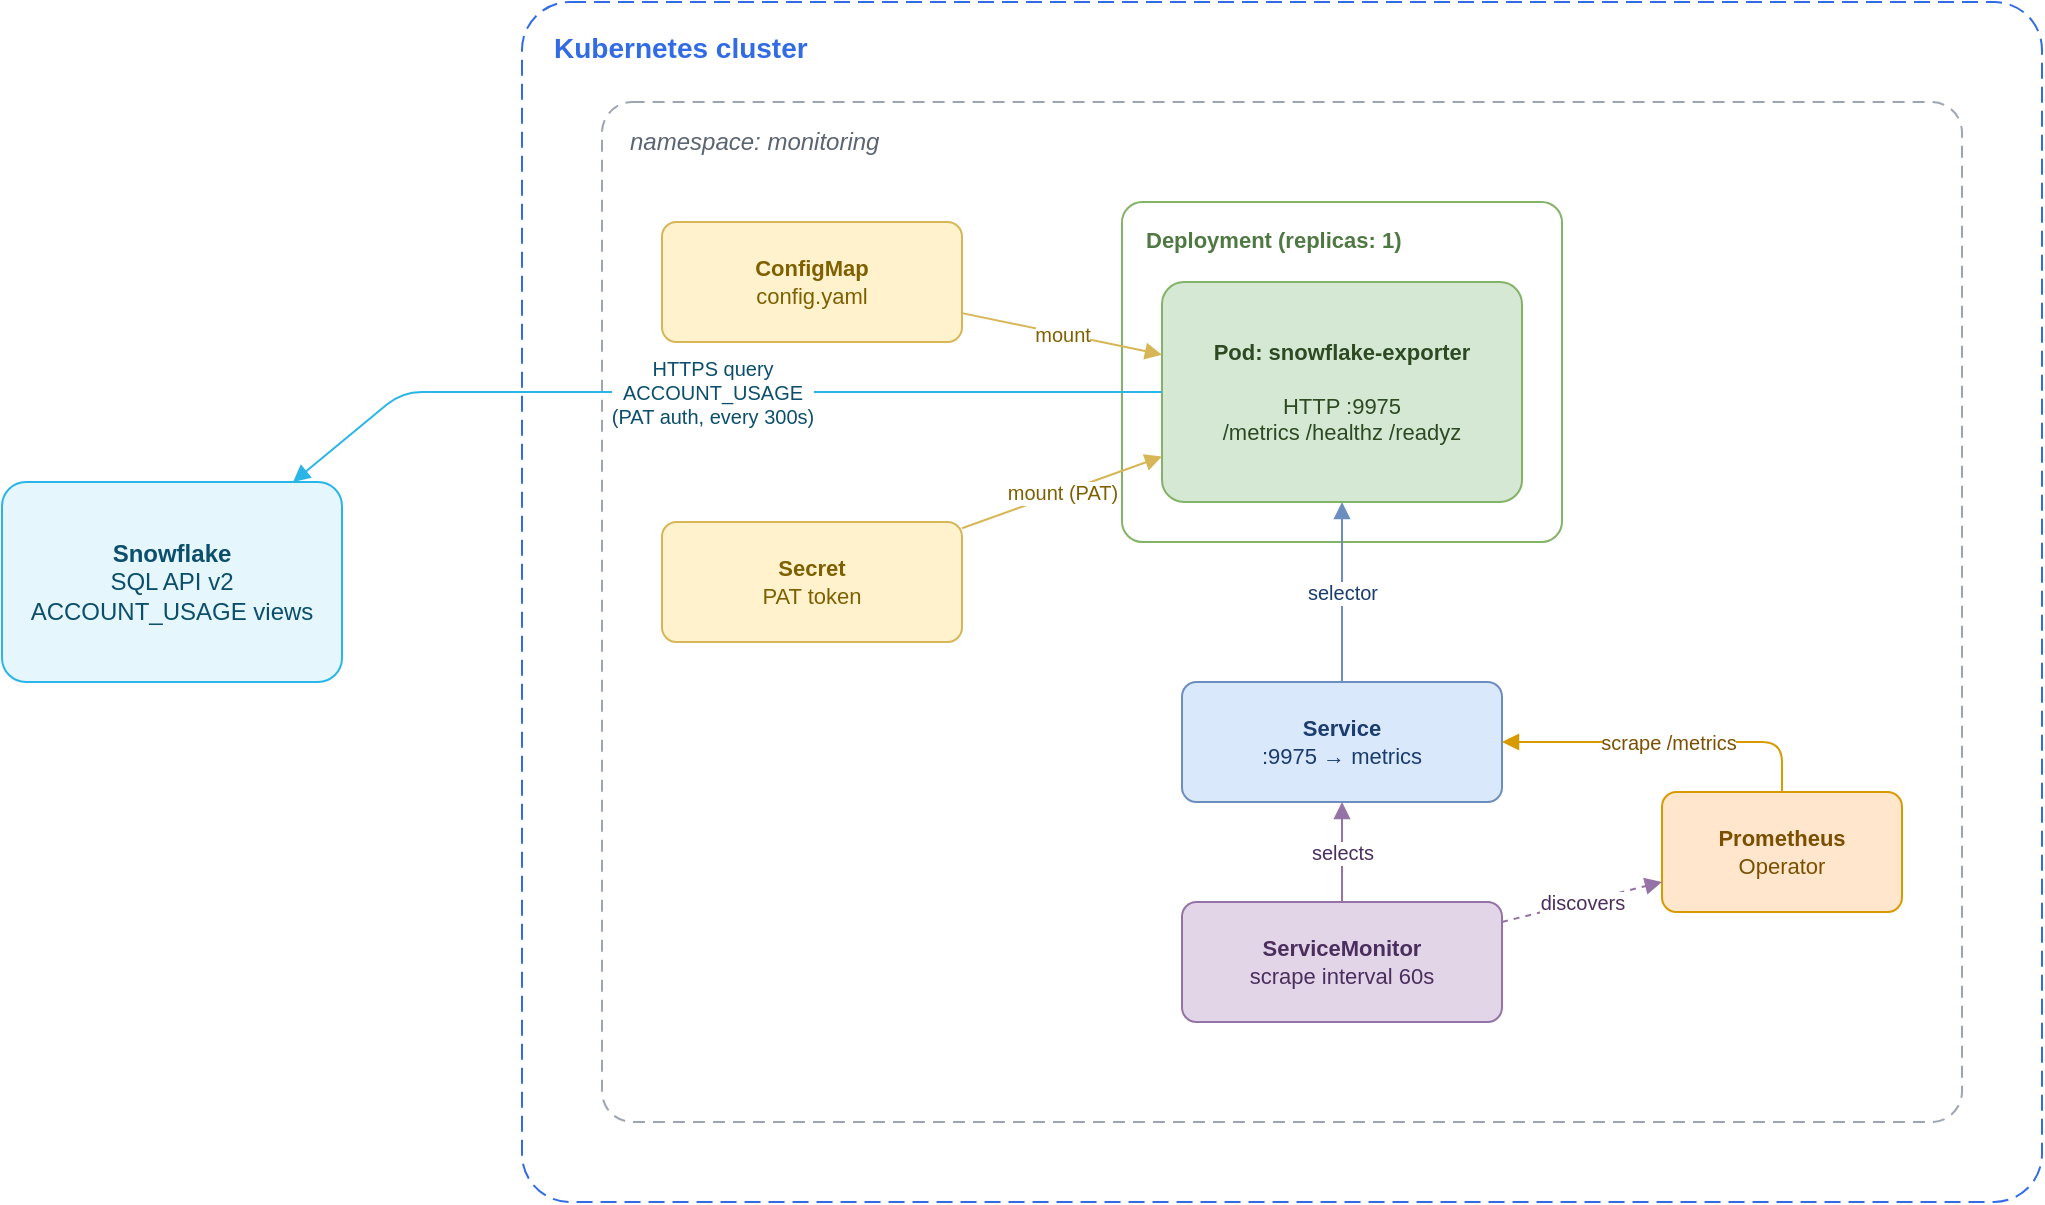
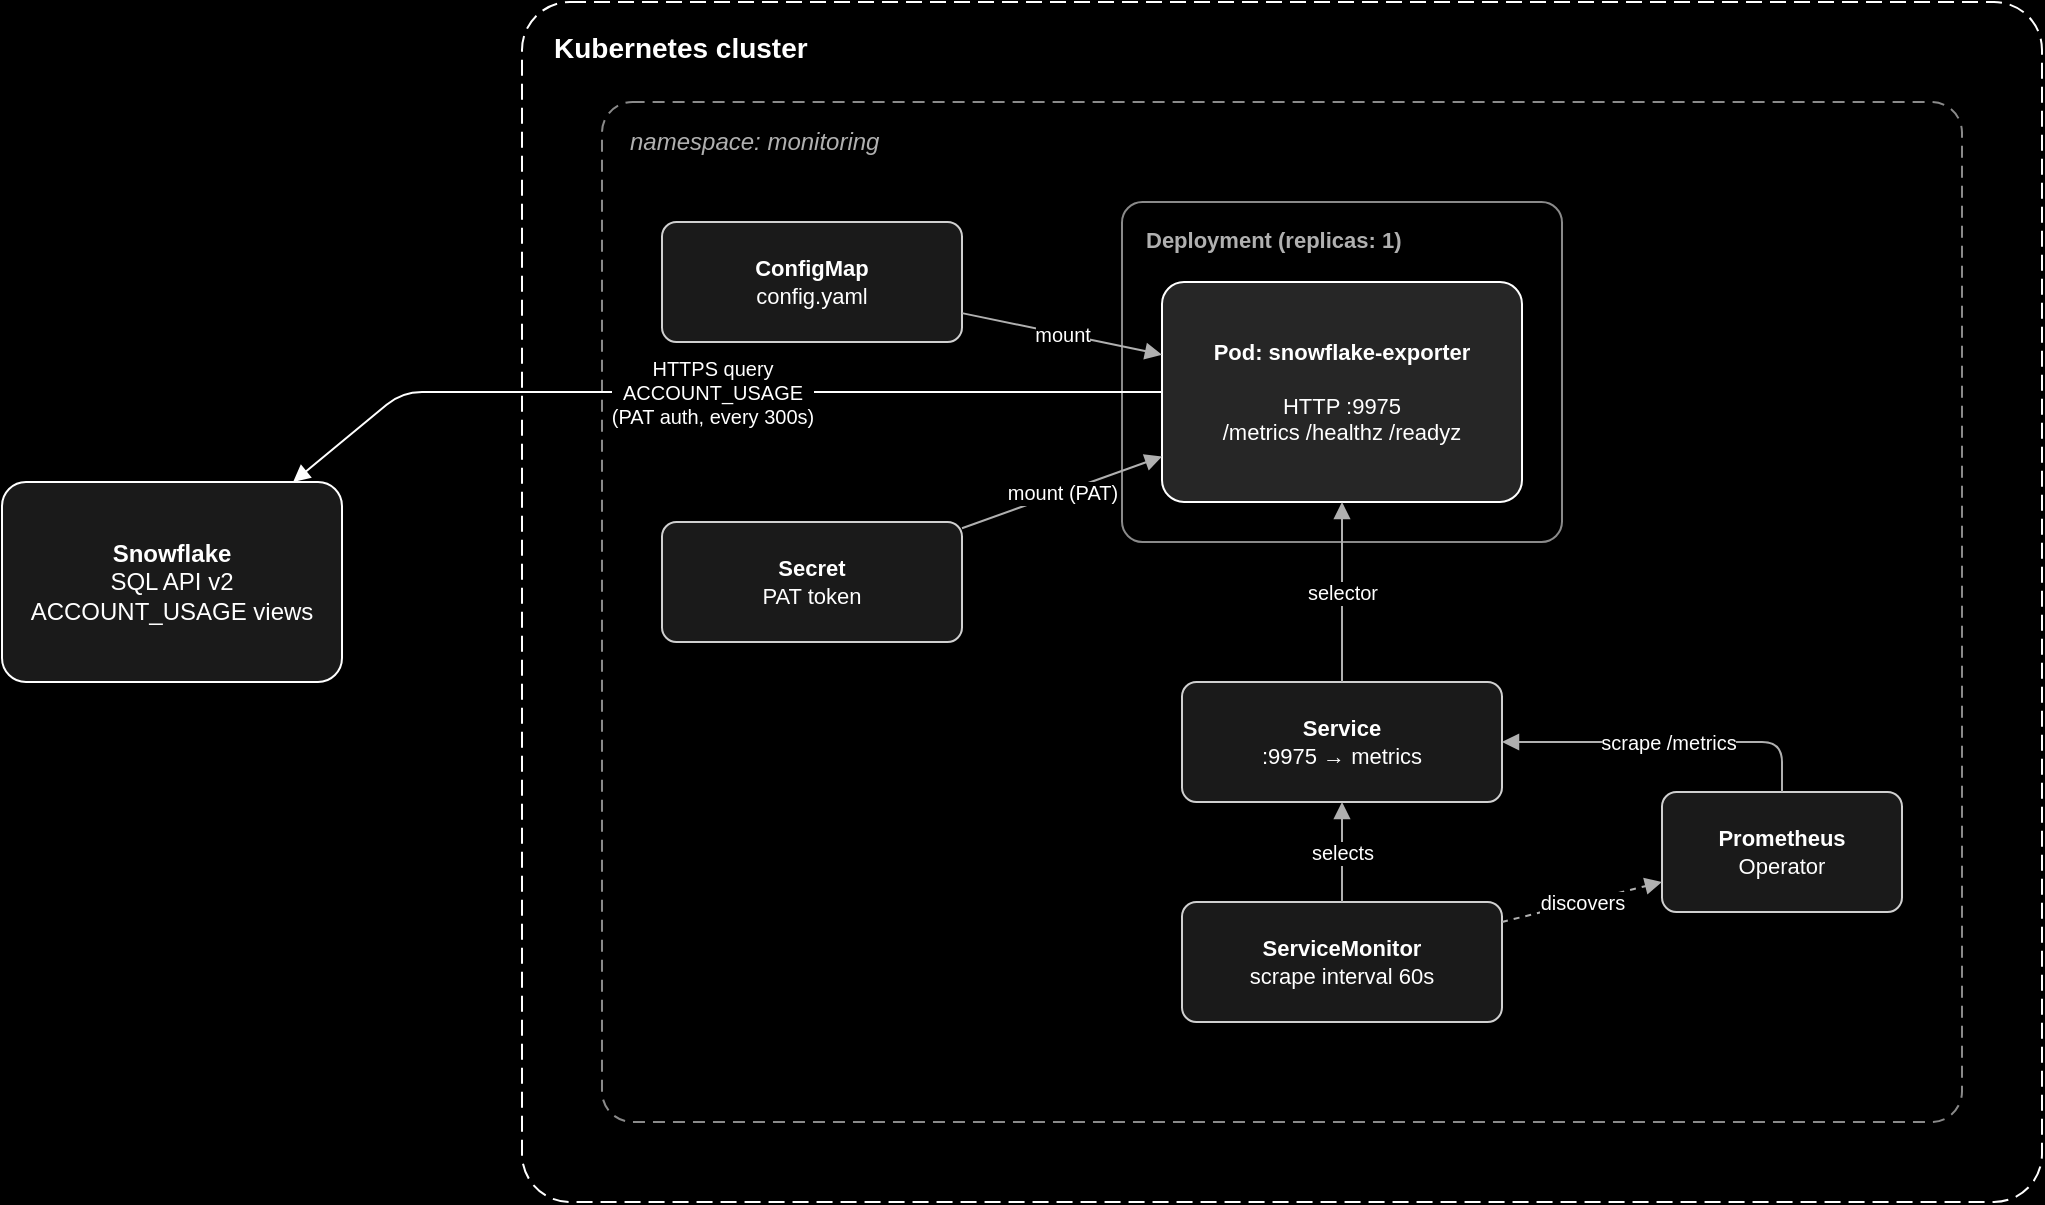
<mxfile host="app.diagrams.net" agent="claude-code" version="24.0.0">
  <diagram id="snowflake-exporter-arch" name="Architecture">
-     <mxGraphModel dx="1100" dy="760" grid="1" gridSize="10" guides="1" tooltips="1" connect="1" arrows="1" fold="1" page="1" pageScale="1" pageWidth="1100" pageHeight="720" math="0" shadow="0">
+     <mxGraphModel dx="1100" dy="760" grid="1" gridSize="10" guides="1" tooltips="1" connect="1" arrows="1" fold="1" page="1" pageScale="1" pageWidth="1100" pageHeight="720" math="0" shadow="0" background="#000000">
      <root>
        <mxCell id="0" />
        <mxCell id="1" parent="0" />

        <!-- Snowflake (external) -->
-         <mxCell id="snowflake" value="&lt;b&gt;Snowflake&lt;/b&gt;&#10;SQL API v2&#10;ACCOUNT_USAGE views" style="rounded=1;whiteSpace=wrap;html=1;fillColor=#E6F6FD;strokeColor=#29B5E8;fontColor=#0B4F6C;fontSize=12;verticalAlign=middle;arcSize=12;" vertex="1" parent="1">
+         <mxCell id="snowflake" value="&lt;b&gt;Snowflake&lt;/b&gt;&#10;SQL API v2&#10;ACCOUNT_USAGE views" style="rounded=1;whiteSpace=wrap;html=1;fillColor=#1A1A1A;strokeColor=#FFFFFF;fontColor=#FFFFFF;fontSize=12;verticalAlign=middle;arcSize=12;" vertex="1" parent="1">
          <mxGeometry x="40" y="300" width="170" height="100" as="geometry" />
        </mxCell>

        <!-- Kubernetes cluster boundary -->
-         <mxCell id="cluster" value="Kubernetes cluster" style="rounded=1;whiteSpace=wrap;html=1;fillColor=none;strokeColor=#326CE5;dashed=1;dashPattern=8 4;verticalAlign=top;fontColor=#326CE5;fontSize=14;fontStyle=1;align=left;spacingLeft=14;spacingTop=8;arcSize=4;" vertex="1" parent="1">
+         <mxCell id="cluster" value="Kubernetes cluster" style="rounded=1;whiteSpace=wrap;html=1;fillColor=none;strokeColor=#FFFFFF;dashed=1;dashPattern=8 4;verticalAlign=top;fontColor=#FFFFFF;fontSize=14;fontStyle=1;align=left;spacingLeft=14;spacingTop=8;arcSize=4;" vertex="1" parent="1">
          <mxGeometry x="300" y="60" width="760" height="600" as="geometry" />
        </mxCell>

        <!-- monitoring namespace -->
-         <mxCell id="ns" value="namespace: monitoring" style="rounded=1;whiteSpace=wrap;html=1;fillColor=none;strokeColor=#9DA5B4;dashed=1;dashPattern=6 4;verticalAlign=top;fontColor=#5A6472;fontSize=12;fontStyle=2;align=left;spacingLeft=12;spacingTop=6;arcSize=3;" vertex="1" parent="1">
+         <mxCell id="ns" value="namespace: monitoring" style="rounded=1;whiteSpace=wrap;html=1;fillColor=none;strokeColor=#8A8A8A;dashed=1;dashPattern=6 4;verticalAlign=top;fontColor=#B0B0B0;fontSize=12;fontStyle=2;align=left;spacingLeft=12;spacingTop=6;arcSize=3;" vertex="1" parent="1">
          <mxGeometry x="340" y="110" width="680" height="510" as="geometry" />
        </mxCell>

        <!-- ConfigMap -->
-         <mxCell id="cm" value="&lt;b&gt;ConfigMap&lt;/b&gt;&#10;config.yaml" style="rounded=1;whiteSpace=wrap;html=1;fillColor=#FFF2CC;strokeColor=#D6B656;fontColor=#7F6000;fontSize=11;arcSize=12;" vertex="1" parent="1">
+         <mxCell id="cm" value="&lt;b&gt;ConfigMap&lt;/b&gt;&#10;config.yaml" style="rounded=1;whiteSpace=wrap;html=1;fillColor=#1A1A1A;strokeColor=#D0D0D0;fontColor=#FFFFFF;fontSize=11;arcSize=12;" vertex="1" parent="1">
          <mxGeometry x="370" y="170" width="150" height="60" as="geometry" />
        </mxCell>

        <!-- Secret -->
-         <mxCell id="secret" value="&lt;b&gt;Secret&lt;/b&gt;&#10;PAT token" style="rounded=1;whiteSpace=wrap;html=1;fillColor=#FFF2CC;strokeColor=#D6B656;fontColor=#7F6000;fontSize=11;arcSize=12;" vertex="1" parent="1">
+         <mxCell id="secret" value="&lt;b&gt;Secret&lt;/b&gt;&#10;PAT token" style="rounded=1;whiteSpace=wrap;html=1;fillColor=#1A1A1A;strokeColor=#D0D0D0;fontColor=#FFFFFF;fontSize=11;arcSize=12;" vertex="1" parent="1">
          <mxGeometry x="370" y="320" width="150" height="60" as="geometry" />
        </mxCell>

        <!-- Deployment / Pod -->
-         <mxCell id="deploy" value="Deployment (replicas: 1)" style="rounded=1;whiteSpace=wrap;html=1;fillColor=none;strokeColor=#82B366;verticalAlign=top;fontColor=#4F7942;fontSize=11;fontStyle=1;align=left;spacingLeft=10;spacingTop=6;arcSize=6;" vertex="1" parent="1">
+         <mxCell id="deploy" value="Deployment (replicas: 1)" style="rounded=1;whiteSpace=wrap;html=1;fillColor=none;strokeColor=#8A8A8A;verticalAlign=top;fontColor=#B0B0B0;fontSize=11;fontStyle=1;align=left;spacingLeft=10;spacingTop=6;arcSize=6;" vertex="1" parent="1">
          <mxGeometry x="600" y="160" width="220" height="170" as="geometry" />
        </mxCell>
-         <mxCell id="pod" value="&lt;b&gt;Pod: snowflake-exporter&lt;/b&gt;&#10;&#10;HTTP :9975&#10;/metrics  /healthz  /readyz" style="rounded=1;whiteSpace=wrap;html=1;fillColor=#D5E8D4;strokeColor=#82B366;fontColor=#2D4A22;fontSize=11;arcSize=10;verticalAlign=middle;" vertex="1" parent="1">
+         <mxCell id="pod" value="&lt;b&gt;Pod: snowflake-exporter&lt;/b&gt;&#10;&#10;HTTP :9975&#10;/metrics  /healthz  /readyz" style="rounded=1;whiteSpace=wrap;html=1;fillColor=#262626;strokeColor=#FFFFFF;fontColor=#FFFFFF;fontSize=11;arcSize=10;verticalAlign=middle;" vertex="1" parent="1">
          <mxGeometry x="620" y="200" width="180" height="110" as="geometry" />
        </mxCell>

        <!-- Service -->
-         <mxCell id="svc" value="&lt;b&gt;Service&lt;/b&gt;&#10;:9975 → metrics" style="rounded=1;whiteSpace=wrap;html=1;fillColor=#DAE8FC;strokeColor=#6C8EBF;fontColor=#1A3C6E;fontSize=11;arcSize=12;" vertex="1" parent="1">
+         <mxCell id="svc" value="&lt;b&gt;Service&lt;/b&gt;&#10;:9975 → metrics" style="rounded=1;whiteSpace=wrap;html=1;fillColor=#1A1A1A;strokeColor=#D0D0D0;fontColor=#FFFFFF;fontSize=11;arcSize=12;" vertex="1" parent="1">
          <mxGeometry x="630" y="400" width="160" height="60" as="geometry" />
        </mxCell>

        <!-- ServiceMonitor -->
-         <mxCell id="sm" value="&lt;b&gt;ServiceMonitor&lt;/b&gt;&#10;scrape interval 60s" style="rounded=1;whiteSpace=wrap;html=1;fillColor=#E1D5E7;strokeColor=#9673A6;fontColor=#4B2E5E;fontSize=11;arcSize=12;" vertex="1" parent="1">
+         <mxCell id="sm" value="&lt;b&gt;ServiceMonitor&lt;/b&gt;&#10;scrape interval 60s" style="rounded=1;whiteSpace=wrap;html=1;fillColor=#1A1A1A;strokeColor=#D0D0D0;fontColor=#FFFFFF;fontSize=11;arcSize=12;" vertex="1" parent="1">
          <mxGeometry x="630" y="510" width="160" height="60" as="geometry" />
        </mxCell>

        <!-- Prometheus -->
-         <mxCell id="prom" value="&lt;b&gt;Prometheus&lt;/b&gt;&#10;Operator" style="rounded=1;whiteSpace=wrap;html=1;fillColor=#FFE6CC;strokeColor=#D79B00;fontColor=#7A4F00;fontSize=11;arcSize=12;" vertex="1" parent="1">
+         <mxCell id="prom" value="&lt;b&gt;Prometheus&lt;/b&gt;&#10;Operator" style="rounded=1;whiteSpace=wrap;html=1;fillColor=#1A1A1A;strokeColor=#D0D0D0;fontColor=#FFFFFF;fontSize=11;arcSize=12;" vertex="1" parent="1">
          <mxGeometry x="870" y="455" width="120" height="60" as="geometry" />
        </mxCell>

        <!-- Edges -->
        <!-- ConfigMap mount -->
-         <mxCell id="e_cm" value="mount" style="endArrow=block;html=1;rounded=1;strokeColor=#D6B656;fontColor=#7F6000;fontSize=10;" edge="1" parent="1" source="cm" target="pod">
+         <mxCell id="e_cm" value="mount" style="endArrow=block;html=1;rounded=1;strokeColor=#B0B0B0;fontColor=#FFFFFF;fontSize=10;labelBackgroundColor=#000000;" edge="1" parent="1" source="cm" target="pod">
          <mxGeometry relative="1" as="geometry" />
        </mxCell>
        <!-- Secret mount -->
-         <mxCell id="e_secret" value="mount (PAT)" style="endArrow=block;html=1;rounded=1;strokeColor=#D6B656;fontColor=#7F6000;fontSize=10;" edge="1" parent="1" source="secret" target="pod">
+         <mxCell id="e_secret" value="mount (PAT)" style="endArrow=block;html=1;rounded=1;strokeColor=#B0B0B0;fontColor=#FFFFFF;fontSize=10;labelBackgroundColor=#000000;" edge="1" parent="1" source="secret" target="pod">
          <mxGeometry relative="1" as="geometry" />
        </mxCell>
        <!-- Pod -> Snowflake -->
-         <mxCell id="e_query" value="HTTPS query&#10;ACCOUNT_USAGE&#10;(PAT auth, every 300s)" style="endArrow=block;startArrow=none;html=1;rounded=1;strokeColor=#29B5E8;fontColor=#0B4F6C;fontSize=10;exitX=0;exitY=0.5;exitDx=0;exitDy=0;" edge="1" parent="1" source="pod" target="snowflake">
+         <mxCell id="e_query" value="HTTPS query&#10;ACCOUNT_USAGE&#10;(PAT auth, every 300s)" style="endArrow=block;startArrow=none;html=1;rounded=1;strokeColor=#FFFFFF;fontColor=#FFFFFF;fontSize=10;labelBackgroundColor=#000000;exitX=0;exitY=0.5;exitDx=0;exitDy=0;" edge="1" parent="1" source="pod" target="snowflake">
          <mxGeometry relative="1" as="geometry">
            <Array as="points">
              <mxPoint x="240" y="255" />
            </Array>
          </mxGeometry>
        </mxCell>
        <!-- Service -> Pod -->
-         <mxCell id="e_svc" value="selector" style="endArrow=block;html=1;rounded=1;strokeColor=#6C8EBF;fontColor=#1A3C6E;fontSize=10;" edge="1" parent="1" source="svc" target="pod">
+         <mxCell id="e_svc" value="selector" style="endArrow=block;html=1;rounded=1;strokeColor=#B0B0B0;fontColor=#FFFFFF;fontSize=10;labelBackgroundColor=#000000;" edge="1" parent="1" source="svc" target="pod">
          <mxGeometry relative="1" as="geometry" />
        </mxCell>
        <!-- ServiceMonitor -> Service -->
-         <mxCell id="e_sm" value="selects" style="endArrow=block;html=1;rounded=1;strokeColor=#9673A6;fontColor=#4B2E5E;fontSize=10;" edge="1" parent="1" source="sm" target="svc">
+         <mxCell id="e_sm" value="selects" style="endArrow=block;html=1;rounded=1;strokeColor=#B0B0B0;fontColor=#FFFFFF;fontSize=10;labelBackgroundColor=#000000;" edge="1" parent="1" source="sm" target="svc">
          <mxGeometry relative="1" as="geometry" />
        </mxCell>
        <!-- ServiceMonitor -> Prometheus (discovery) -->
-         <mxCell id="e_disc" value="discovers" style="endArrow=block;html=1;rounded=1;strokeColor=#9673A6;fontColor=#4B2E5E;fontSize=10;dashed=1;" edge="1" parent="1" source="sm" target="prom">
+         <mxCell id="e_disc" value="discovers" style="endArrow=block;html=1;rounded=1;strokeColor=#B0B0B0;fontColor=#FFFFFF;fontSize=10;labelBackgroundColor=#000000;dashed=1;" edge="1" parent="1" source="sm" target="prom">
          <mxGeometry relative="1" as="geometry" />
        </mxCell>
        <!-- Prometheus -> Service (scrape) -->
-         <mxCell id="e_scrape" value="scrape /metrics" style="endArrow=block;html=1;rounded=1;strokeColor=#D79B00;fontColor=#7A4F00;fontSize=10;exitX=0.5;exitY=0;exitDx=0;exitDy=0;entryX=1;entryY=0.5;entryDx=0;entryDy=0;" edge="1" parent="1" source="prom" target="svc">
+         <mxCell id="e_scrape" value="scrape /metrics" style="endArrow=block;html=1;rounded=1;strokeColor=#B0B0B0;fontColor=#FFFFFF;fontSize=10;labelBackgroundColor=#000000;exitX=0.5;exitY=0;exitDx=0;exitDy=0;entryX=1;entryY=0.5;entryDx=0;entryDy=0;" edge="1" parent="1" source="prom" target="svc">
          <mxGeometry relative="1" as="geometry">
            <Array as="points">
              <mxPoint x="930" y="430" />
            </Array>
          </mxGeometry>
        </mxCell>
      </root>
    </mxGraphModel>
  </diagram>
</mxfile>
